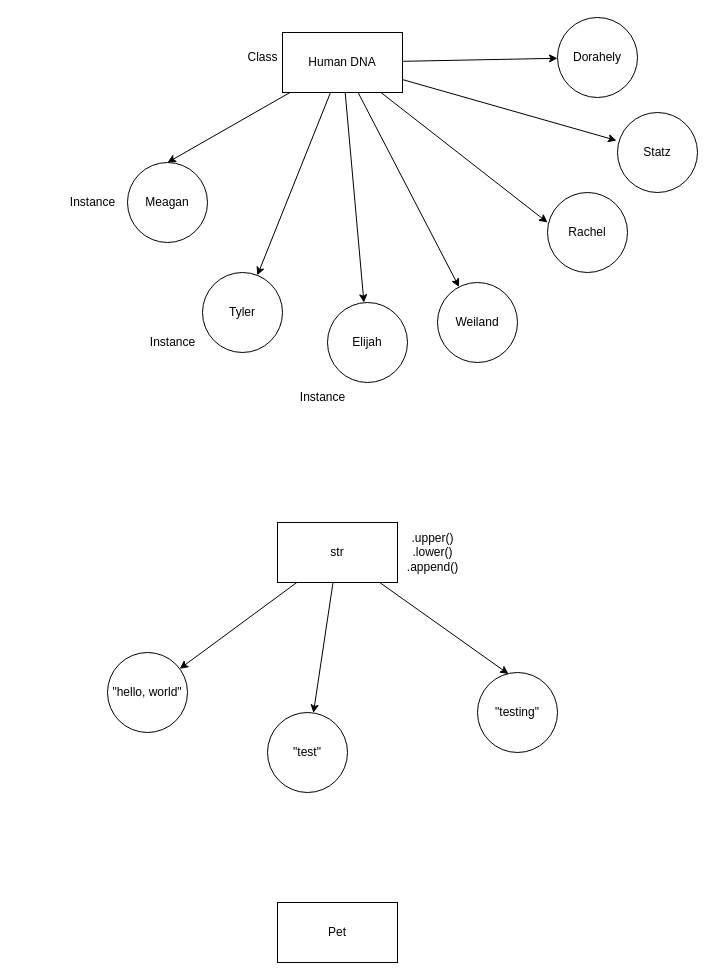
Earlier version of the draw.io diagram pet.drawio (rachelAtFlatiron/Phase-3-021924). Source tidied: cells renumbered, new cells numbered last; positions are measured from the earlier drawing's top-left corner, leaving out a move shared by most shapes. Both pictures are drawn from the tidied source at 100%, with x=0, y=0 at pixel (57, 17).
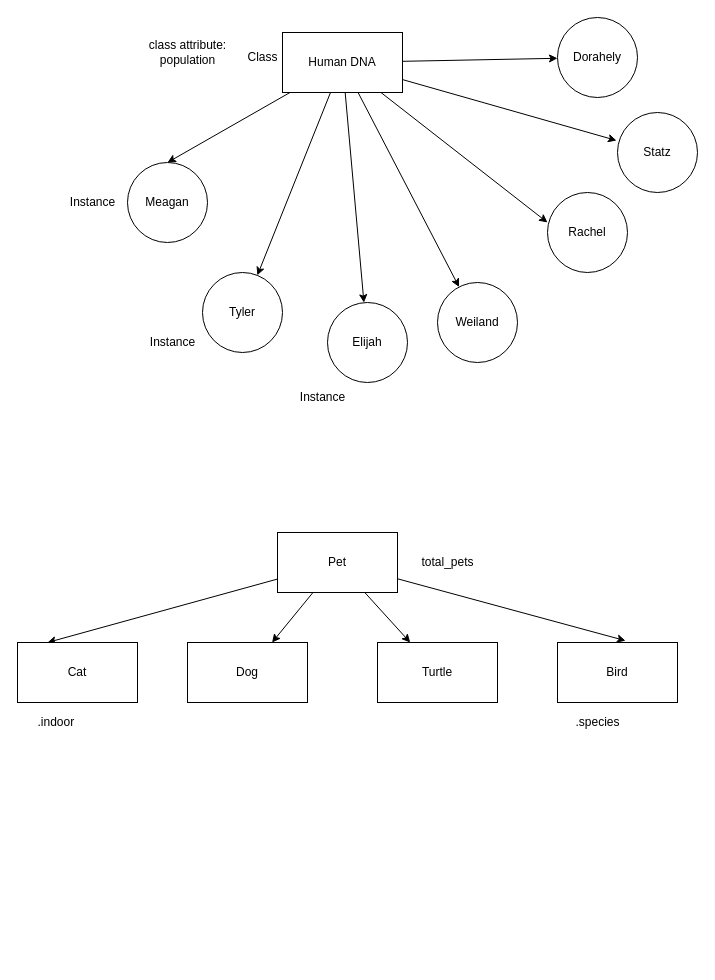
The same diagram, later.

The edit, as a diff of the source:
```diff
@@
-    <mxCell id="21" style="edgeStyle=none;html=1;" parent="1" edge="1" source="24" target="26">
-      <mxGeometry relative="1" as="geometry" />
-    </mxCell>
-    <mxCell id="22" style="edgeStyle=none;html=1;" parent="1" edge="1" source="24" target="27">
-      <mxGeometry relative="1" as="geometry" />
-    </mxCell>
-    <mxCell id="23" style="edgeStyle=none;html=1;entryX=0.388;entryY=0.019;entryDx=0;entryDy=0;entryPerimeter=0;" parent="1" edge="1" source="24" target="28">
-      <mxGeometry relative="1" as="geometry" />
-    </mxCell>
-    <mxCell id="24" value="str" style="whiteSpace=wrap;html=1;" parent="1" vertex="1">
-      <mxGeometry x="220" y="505" width="120" height="60" as="geometry" />
-    </mxCell>
-    <mxCell id="25" value=".upper()&lt;br&gt;.lower()&lt;br&gt;.append()" style="text;html=1;align=center;verticalAlign=middle;strokeColor=none;fillColor=none;" parent="1" vertex="1">
-      <mxGeometry x="340" y="505" width="70" height="60" as="geometry" />
-    </mxCell>
-    <mxCell id="26" value="&quot;hello, world&quot;" style="ellipse;whiteSpace=wrap;html=1;" parent="1" vertex="1">
-      <mxGeometry x="50" y="635" width="80" height="80" as="geometry" />
-    </mxCell>
-    <mxCell id="27" value="&quot;test&quot;" style="ellipse;whiteSpace=wrap;html=1;" parent="1" vertex="1">
-      <mxGeometry x="210" y="695" width="80" height="80" as="geometry" />
-    </mxCell>
-    <mxCell id="28" value="&quot;testing&quot;" style="ellipse;whiteSpace=wrap;html=1;" parent="1" vertex="1">
-      <mxGeometry x="420" y="655" width="80" height="80" as="geometry" />
-    </mxCell>
+    <mxCell id="30" style="edgeStyle=none;html=1;entryX=0.25;entryY=0;entryDx=0;entryDy=0;" parent="1" edge="1" source="29" target="36">
+      <mxGeometry relative="1" as="geometry" />
+    </mxCell>
+    <mxCell id="31" style="edgeStyle=none;html=1;" parent="1" edge="1" source="29" target="37">
+      <mxGeometry relative="1" as="geometry" />
+    </mxCell>
+    <mxCell id="32" style="edgeStyle=none;html=1;" parent="1" edge="1" source="29" target="38">
+      <mxGeometry relative="1" as="geometry" />
+    </mxCell>
+    <mxCell id="33" style="edgeStyle=none;html=1;entryX=0.567;entryY=-0.03;entryDx=0;entryDy=0;entryPerimeter=0;" parent="1" edge="1" source="29" target="39">
+      <mxGeometry relative="1" as="geometry" />
+    </mxCell>
     <mxCell id="29" value="Pet" style="whiteSpace=wrap;html=1;" parent="1" vertex="1">
-      <mxGeometry x="220" y="885" width="120" height="60" as="geometry" />
+      <mxGeometry x="220" y="515" width="120" height="60" as="geometry" />
     </mxCell>
+    <mxCell id="34" value="class attribute:&lt;br&gt;population" style="text;html=1;align=center;verticalAlign=middle;strokeColor=none;fillColor=none;" parent="1" vertex="1">
+      <mxGeometry x="80" y="15" width="100" height="40" as="geometry" />
+    </mxCell>
+    <mxCell id="35" value="total_pets" style="text;html=1;align=center;verticalAlign=middle;strokeColor=none;fillColor=none;" parent="1" vertex="1">
+      <mxGeometry x="350" y="530" width="80" height="30" as="geometry" />
+    </mxCell>
+    <mxCell id="36" value="Cat" style="whiteSpace=wrap;html=1;" parent="1" vertex="1">
+      <mxGeometry x="-40" y="625" width="120" height="60" as="geometry" />
+    </mxCell>
+    <mxCell id="37" value="Dog" style="whiteSpace=wrap;html=1;" parent="1" vertex="1">
+      <mxGeometry x="130" y="625" width="120" height="60" as="geometry" />
+    </mxCell>
+    <mxCell id="38" value="Turtle" style="whiteSpace=wrap;html=1;" parent="1" vertex="1">
+      <mxGeometry x="320" y="625" width="120" height="60" as="geometry" />
+    </mxCell>
+    <mxCell id="39" value="Bird" style="whiteSpace=wrap;html=1;" parent="1" vertex="1">
+      <mxGeometry x="500" y="625" width="120" height="60" as="geometry" />
+    </mxCell>
+    <mxCell id="40" value=".indoor&amp;nbsp;" style="text;html=1;align=center;verticalAlign=middle;strokeColor=none;fillColor=none;" parent="1" vertex="1">
+      <mxGeometry x="-30" y="690" width="60" height="30" as="geometry" />
+    </mxCell>
+    <mxCell id="41" value=".species" style="text;html=1;align=center;verticalAlign=middle;strokeColor=none;fillColor=none;" parent="1" vertex="1">
+      <mxGeometry x="505" y="690" width="70" height="30" as="geometry" />
+    </mxCell>
```
